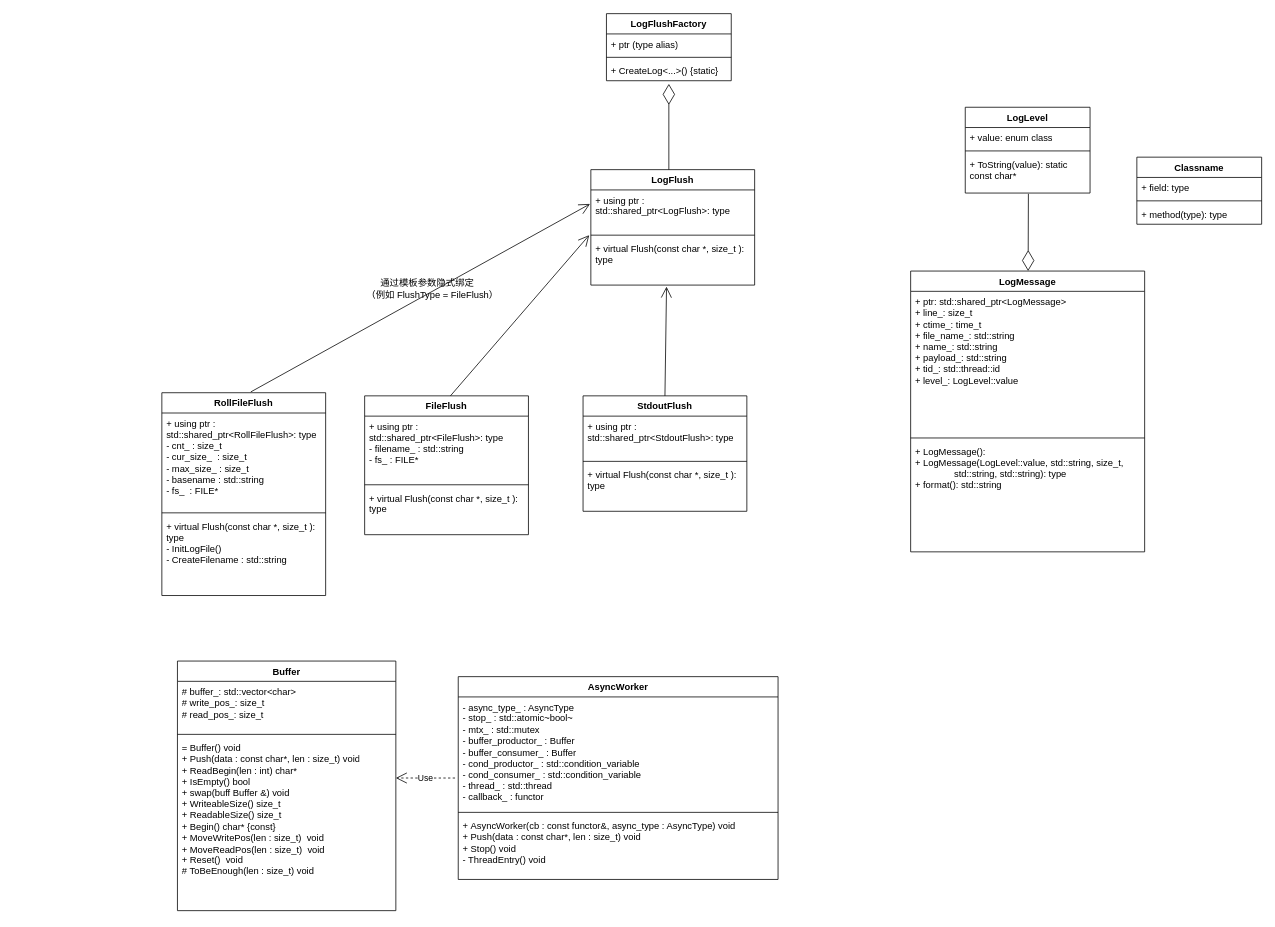
Before: logmodle.drawio in HongxGe/Kama-AsynLogSystem-CloudStorage, a draw.io diagram. Source tidied: cells renumbered, new cells numbered last; positions are measured from the earlier drawing's top-left corner, leaving out a move shared by most shapes. Both pictures are drawn from the tidied source at 78%, with x=0, y=0 at pixel (161, 13).
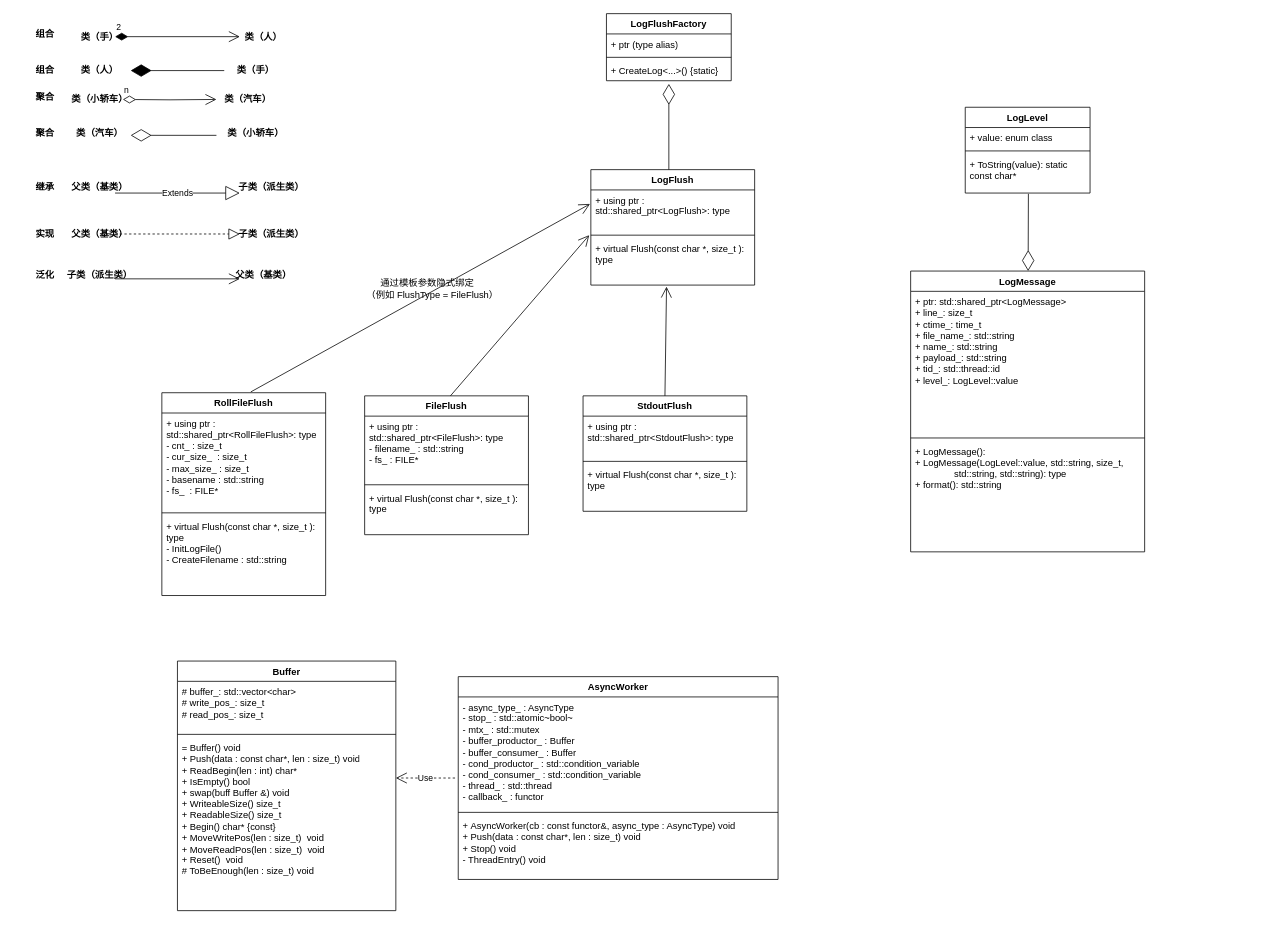
Above is the later version.

Commit message:
feat:组合聚合继承实现泛化

Diff of the diagram source:
```diff
@@
-    <mxCell id="10" value="Classname" style="swimlane;fontStyle=1;align=center;verticalAlign=top;horizontal=1;startSize=26;whiteSpace=wrap;html=1;" parent="1" vertex="1">
-      <mxGeometry x="1250" y="184" width="160" height="86" as="geometry" />
-    </mxCell>
-    <mxCell id="11" value="+ field: type" style="text;strokeColor=none;fillColor=none;align=left;verticalAlign=top;spacingLeft=4;spacingRight=4;overflow=hidden;whiteSpace=wrap;html=1;" parent="10" vertex="1">
-      <mxGeometry y="26" width="160" height="26" as="geometry" />
-    </mxCell>
-    <mxCell id="12" style="line;strokeWidth=1;fillColor=none;align=left;verticalAlign=middle;spacingTop=-1;spacingLeft=3;spacingRight=3;labelPosition=right;strokeColor=inherit;" parent="10" vertex="1">
-      <mxGeometry y="52" width="160" height="8" as="geometry" />
-    </mxCell>
-    <mxCell id="13" value="+ method(type): type" style="text;strokeColor=none;fillColor=none;align=left;verticalAlign=top;spacingLeft=4;spacingRight=4;overflow=hidden;whiteSpace=wrap;html=1;" parent="10" vertex="1">
-      <mxGeometry y="60" width="160" height="26" as="geometry" />
-    </mxCell>
@@
+    <mxCell id="49" value="n" style="endArrow=open;html=1;endSize=12;startArrow=diamondThin;startSize=14;startFill=0;edgeStyle=orthogonalEdgeStyle;align=left;verticalAlign=bottom;rounded=0;" parent="1" edge="1" target="50">
+      <mxGeometry x="-1" y="3" relative="1" as="geometry">
+        <mxPoint x="-50" y="110" as="sourcePoint" />
+      </mxGeometry>
+    </mxCell>
+    <mxCell id="50" value="类（汽车）" style="text;align=center;fontStyle=1;verticalAlign=middle;spacingLeft=3;spacingRight=3;strokeColor=none;points=[[0,0.5],[1,0.5]];portConstraint=eastwest;html=1;" parent="1" vertex="1">
+      <mxGeometry x="70" y="97" width="80" height="26" as="geometry" />
+    </mxCell>
+    <mxCell id="51" value="类（小轿车）" style="text;align=center;fontStyle=1;verticalAlign=middle;spacingLeft=3;spacingRight=3;strokeColor=none;html=1;" parent="1" vertex="1">
+      <mxGeometry x="-120" y="97" width="80" height="26" as="geometry" />
+    </mxCell>
+    <mxCell id="52" value="聚合" style="text;align=center;fontStyle=1;verticalAlign=middle;spacingLeft=3;spacingRight=3;strokeColor=none;html=1;" parent="1" vertex="1">
+      <mxGeometry x="-190" y="94" width="80" height="26" as="geometry" />
+    </mxCell>
+    <mxCell id="53" value="聚合" style="text;align=center;fontStyle=1;verticalAlign=middle;spacingLeft=3;spacingRight=3;strokeColor=none;html=1;" parent="1" vertex="1">
+      <mxGeometry x="-190" y="140" width="80" height="26" as="geometry" />
+    </mxCell>
+    <mxCell id="54" style="endArrow=diamondThin;endFill=0;endSize=24;html=1;rounded=0;" parent="1" edge="1">
+      <mxGeometry relative="1" as="geometry">
+        <mxPoint x="70" y="156" as="sourcePoint" />
+        <mxPoint x="-40" y="156" as="targetPoint" />
+      </mxGeometry>
+    </mxCell>
+    <mxCell id="55" value="Extends" style="endArrow=block;endSize=16;endFill=0;html=1;rounded=0;" parent="1" edge="1">
+      <mxGeometry relative="1" as="geometry">
+        <mxPoint x="-60" y="230" as="sourcePoint" />
+        <mxPoint x="100" y="230" as="targetPoint" />
+      </mxGeometry>
+    </mxCell>
+    <mxCell id="56" value="继承" style="text;align=center;fontStyle=1;verticalAlign=middle;spacingLeft=3;spacingRight=3;strokeColor=none;html=1;" parent="1" vertex="1">
+      <mxGeometry x="-190" y="210" width="80" height="26" as="geometry" />
+    </mxCell>
+    <mxCell id="57" value="父类（基类）" style="text;align=center;fontStyle=1;verticalAlign=middle;spacingLeft=3;spacingRight=3;strokeColor=none;html=1;" parent="1" vertex="1">
+      <mxGeometry x="-120" y="210" width="80" height="26" as="geometry" />
+    </mxCell>
+    <mxCell id="58" value="子类（派生类）" style="text;align=center;fontStyle=1;verticalAlign=middle;spacingLeft=3;spacingRight=3;strokeColor=none;html=1;" parent="1" vertex="1">
+      <mxGeometry x="100" y="210" width="80" height="26" as="geometry" />
+    </mxCell>
+    <mxCell id="59" value="父类（基类）" style="text;align=center;fontStyle=1;verticalAlign=middle;spacingLeft=3;spacingRight=3;strokeColor=none;html=1;" parent="1" vertex="1">
+      <mxGeometry x="-120" y="270" width="80" height="26" as="geometry" />
+    </mxCell>
+    <mxCell id="60" value="子类（派生类）" style="text;align=center;fontStyle=1;verticalAlign=middle;spacingLeft=3;spacingRight=3;strokeColor=none;html=1;" parent="1" vertex="1">
+      <mxGeometry x="100" y="270" width="80" height="26" as="geometry" />
+    </mxCell>
+    <mxCell id="61" style="endArrow=block;dashed=1;endFill=0;endSize=12;html=1;rounded=0;" parent="1" edge="1">
+      <mxGeometry relative="1" as="geometry">
+        <mxPoint x="-60" y="282.5" as="sourcePoint" />
+        <mxPoint x="100" y="282.5" as="targetPoint" />
+      </mxGeometry>
+    </mxCell>
+    <mxCell id="62" value="实现" style="text;align=center;fontStyle=1;verticalAlign=middle;spacingLeft=3;spacingRight=3;strokeColor=none;html=1;" parent="1" vertex="1">
+      <mxGeometry x="-190" y="270" width="80" height="26" as="geometry" />
+    </mxCell>
+    <mxCell id="63" style="endArrow=open;endFill=1;endSize=12;html=1;rounded=0;" parent="1" edge="1">
+      <mxGeometry relative="1" as="geometry">
+        <mxPoint x="-60" y="340" as="sourcePoint" />
+        <mxPoint x="100" y="340" as="targetPoint" />
+      </mxGeometry>
+    </mxCell>
+    <mxCell id="64" value="泛化" style="text;align=center;fontStyle=1;verticalAlign=middle;spacingLeft=3;spacingRight=3;strokeColor=none;html=1;" parent="1" vertex="1">
+      <mxGeometry x="-190" y="322" width="80" height="26" as="geometry" />
+    </mxCell>
+    <mxCell id="65" value="子类（派生类）" style="text;align=center;fontStyle=1;verticalAlign=middle;spacingLeft=3;spacingRight=3;strokeColor=none;html=1;" parent="1" vertex="1">
+      <mxGeometry x="-120" y="322" width="80" height="26" as="geometry" />
+    </mxCell>
+    <mxCell id="66" value="父类（基类）" style="text;align=center;fontStyle=1;verticalAlign=middle;spacingLeft=3;spacingRight=3;strokeColor=none;html=1;" parent="1" vertex="1">
+      <mxGeometry x="90" y="322" width="80" height="26" as="geometry" />
+    </mxCell>
+    <mxCell id="67" value="类（小轿车）" style="text;align=center;fontStyle=1;verticalAlign=middle;spacingLeft=3;spacingRight=3;strokeColor=none;html=1;" parent="1" vertex="1">
+      <mxGeometry x="80" y="140" width="80" height="26" as="geometry" />
+    </mxCell>
+    <mxCell id="68" value="类（汽车）" style="text;align=center;fontStyle=1;verticalAlign=middle;spacingLeft=3;spacingRight=3;strokeColor=none;html=1;" parent="1" vertex="1">
+      <mxGeometry x="-120" y="140" width="80" height="26" as="geometry" />
+    </mxCell>
+    <mxCell id="69" value="类（人）" style="text;align=center;fontStyle=1;verticalAlign=middle;spacingLeft=3;spacingRight=3;strokeColor=none;html=1;" parent="1" vertex="1">
+      <mxGeometry x="90" y="17" width="80" height="26" as="geometry" />
+    </mxCell>
+    <mxCell id="70" value="类（手）" style="text;align=center;fontStyle=1;verticalAlign=middle;spacingLeft=3;spacingRight=3;strokeColor=none;html=1;" parent="1" vertex="1">
+      <mxGeometry x="-120" y="17" width="80" height="26" as="geometry" />
+    </mxCell>
+    <mxCell id="71" value="组合" style="text;align=center;fontStyle=1;verticalAlign=middle;spacingLeft=3;spacingRight=3;strokeColor=none;html=1;" parent="1" vertex="1">
+      <mxGeometry x="-190" y="14" width="80" height="26" as="geometry" />
+    </mxCell>
+    <mxCell id="72" value="组合" style="text;align=center;fontStyle=1;verticalAlign=middle;spacingLeft=3;spacingRight=3;strokeColor=none;html=1;" parent="1" vertex="1">
+      <mxGeometry x="-190" y="60" width="80" height="26" as="geometry" />
+    </mxCell>
+    <mxCell id="73" value="类（手）" style="text;align=center;fontStyle=1;verticalAlign=middle;spacingLeft=3;spacingRight=3;strokeColor=none;points=[[0,0.5],[1,0.5]];portConstraint=eastwest;html=1;" parent="1" vertex="1">
+      <mxGeometry x="80" y="60" width="80" height="26" as="geometry" />
+    </mxCell>
+    <mxCell id="74" value="类（人）" style="text;align=center;fontStyle=1;verticalAlign=middle;spacingLeft=3;spacingRight=3;strokeColor=none;points=[[0,0.5],[1,0.5]];portConstraint=eastwest;html=1;" parent="1" vertex="1">
+      <mxGeometry x="-120" y="60" width="80" height="26" as="geometry" />
+    </mxCell>
+    <mxCell id="75" value="2" style="endArrow=open;html=1;endSize=12;startArrow=diamondThin;startSize=14;startFill=1;edgeStyle=orthogonalEdgeStyle;align=left;verticalAlign=bottom;rounded=0;" parent="1" edge="1">
+      <mxGeometry x="-1" y="3" relative="1" as="geometry">
+        <mxPoint x="-60" y="29.5" as="sourcePoint" />
+        <mxPoint x="100" y="29.5" as="targetPoint" />
+      </mxGeometry>
+    </mxCell>
+    <mxCell id="76" style="endArrow=diamondThin;endFill=1;endSize=24;html=1;rounded=0;entryX=1;entryY=0.5;entryDx=0;entryDy=0;" parent="1" edge="1" source="73" target="74">
+      <mxGeometry relative="1" as="geometry" />
+    </mxCell>
```
